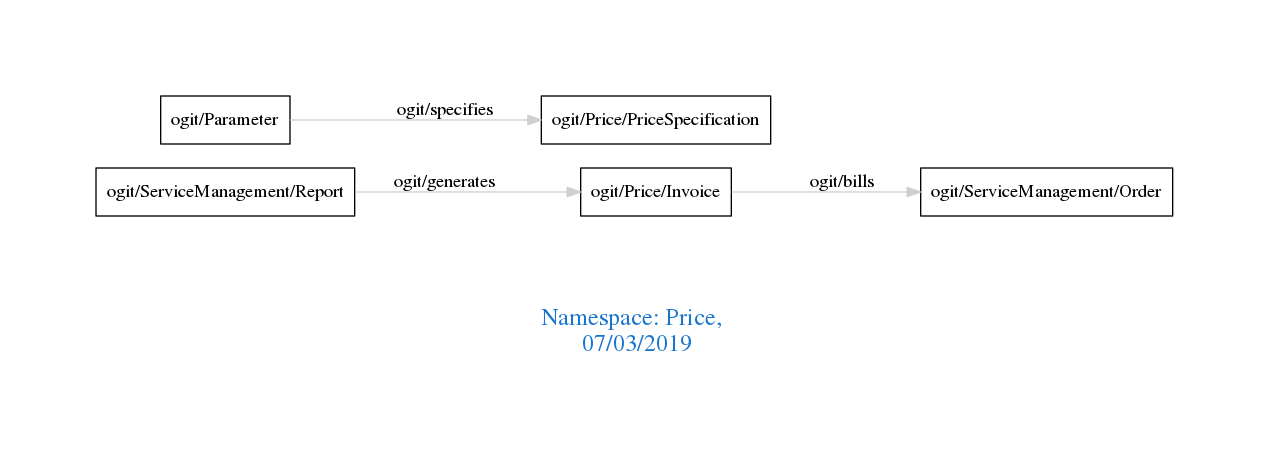
This is downloads/Price.png from arago/OGIT, a Graphviz export, as it was before one commit. Its source is kept beside it as downloads/Price.dot.
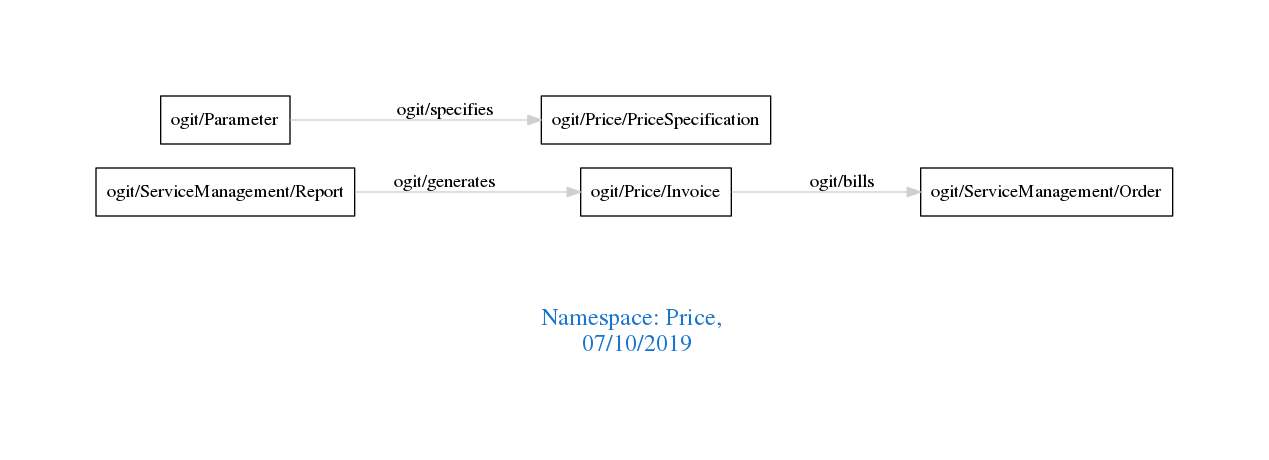
The same file after the commit.

Change to the diagram source:
```diff
@@ -1,7 +1,7 @@
 digraph OGIT_ontology {
  graph [ rankdir= LR,pad=1
 fontsize = 18,
-fontcolor= dodgerblue3,label = "\n\n\nNamespace: Price, \n 07/03/2019"];
+fontcolor= dodgerblue3,label = "\n\n\nNamespace: Price, \n 07/10/2019"];
 node[shape=polygon];
 edge [  color="gray81"];
 
```
